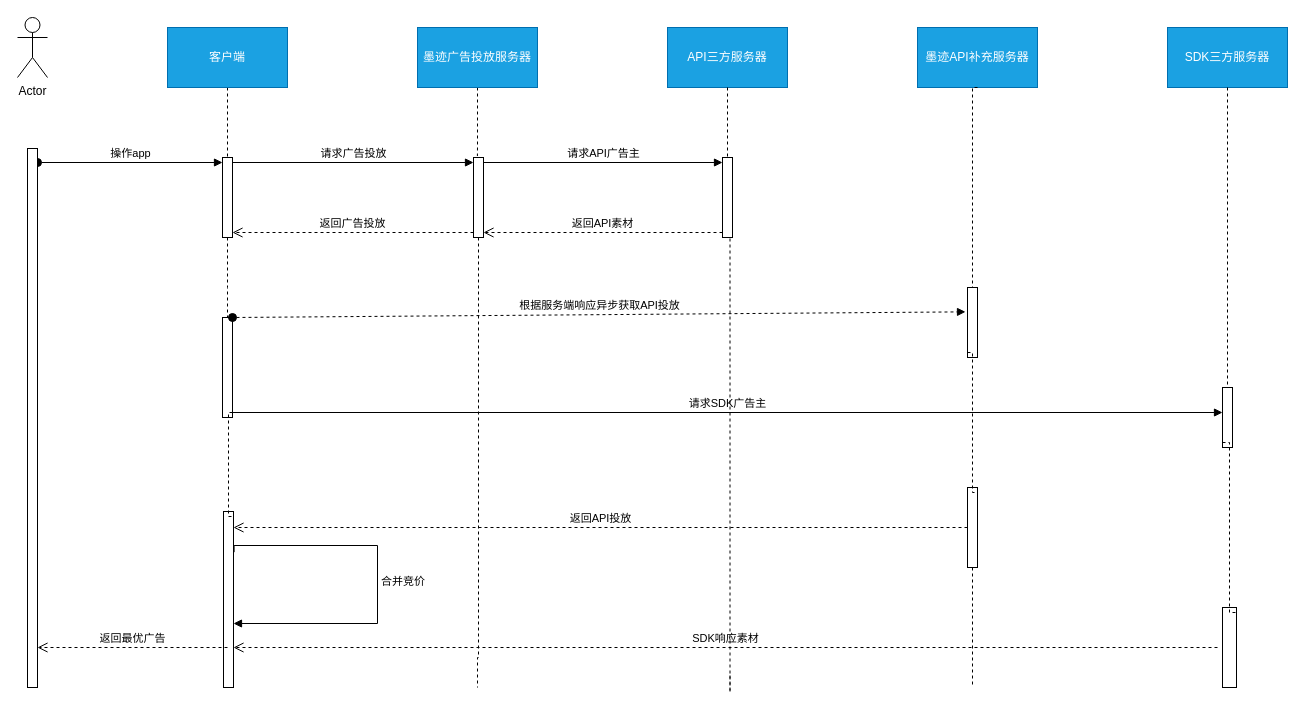
HengqianSong/drawIO keeps this draw.io diagram as moji/API广告超时优化时序图.drawio. Above is the earlier version. Source tidied: cells renumbered, new cells numbered last; positions are measured from the earlier drawing's top-left corner, leaving out a move shared by most shapes. Both pictures are drawn from the tidied source at 100%, with x=0, y=0 at pixel (17, 17).
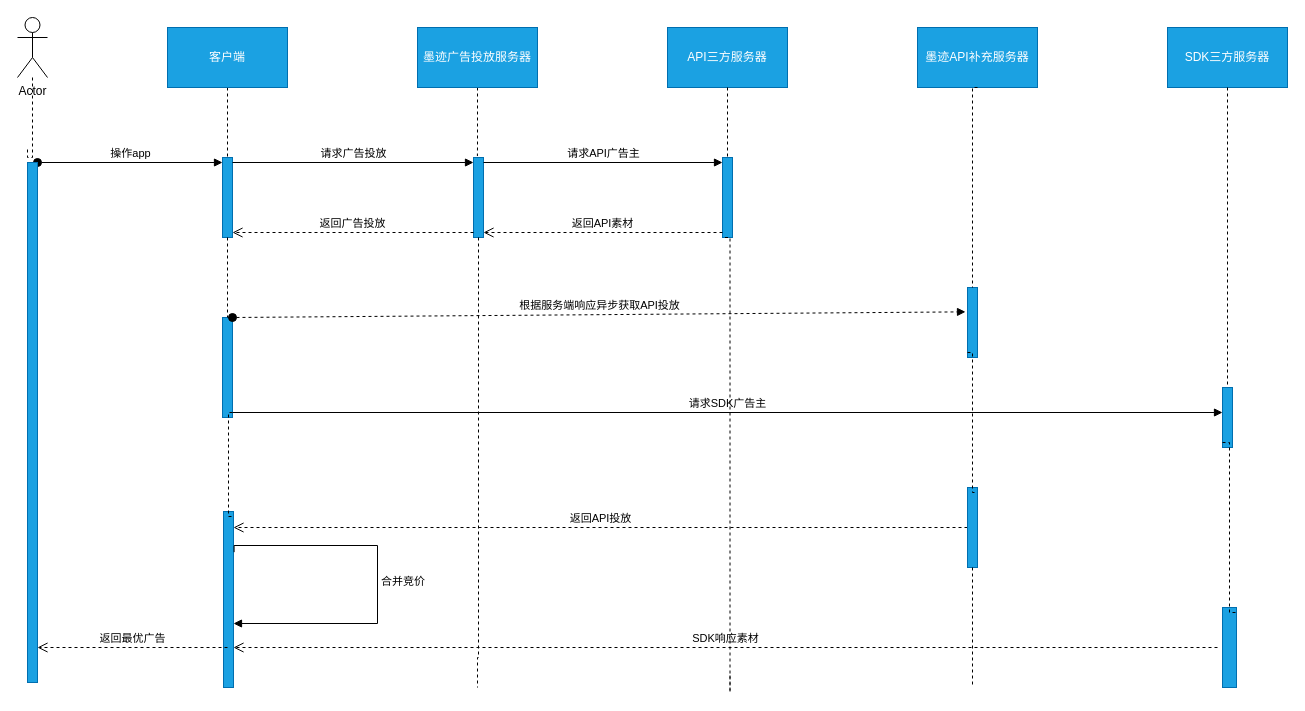
After the change.

Commit message (it also covers changes not shown here):
更新API广告超时优化时序图.drawio

The change refers to these unchanged cells:
```xml
<mxCell id="2" value="Actor" style="shape=umlActor;verticalLabelPosition=bottom;verticalAlign=top;html=1;outlineConnect=0;" parent="1" vertex="1">
  <mxGeometry width="30" height="60" as="geometry" />
</mxCell>
```

Change to the diagram source:
```diff
@@
-    <mxCell id="10" style="html=1;points=[[0,0,0,0,5],[0,1,0,0,-5],[1,0,0,0,5],[1,1,0,0,-5]];perimeter=orthogonalPerimeter;outlineConnect=0;targetShapes=umlLifeline;portConstraint=eastwest;newEdgeStyle={&quot;curved&quot;:0,&quot;rounded&quot;:0};" parent="1" vertex="1">
+    <mxCell id="10" style="html=1;points=[[0,0,0,0,5],[0,1,0,0,-5],[1,0,0,0,5],[1,1,0,0,-5]];perimeter=orthogonalPerimeter;outlineConnect=0;targetShapes=umlLifeline;portConstraint=eastwest;newEdgeStyle={&quot;curved&quot;:0,&quot;rounded&quot;:0};fillColor=#1ba1e2;fontColor=#ffffff;strokeColor=#006EAF;" parent="1" vertex="1">
       <mxGeometry x="205" y="140" width="10" height="80" as="geometry" />
     </mxCell>
@@
-    <mxCell id="12" style="html=1;points=[[0,0,0,0,5],[0,1,0,0,-5],[1,0,0,0,5],[1,1,0,0,-5]];perimeter=orthogonalPerimeter;outlineConnect=0;targetShapes=umlLifeline;portConstraint=eastwest;newEdgeStyle={&quot;curved&quot;:0,&quot;rounded&quot;:0};" parent="1" vertex="1">
-      <mxGeometry x="10" y="131" width="10" height="539" as="geometry" />
+    <mxCell id="12" style="html=1;points=[[0,0,0,0,5],[0,1,0,0,-5],[1,0,0,0,5],[1,1,0,0,-5]];perimeter=orthogonalPerimeter;outlineConnect=0;targetShapes=umlLifeline;portConstraint=eastwest;newEdgeStyle={&quot;curved&quot;:0,&quot;rounded&quot;:0};fillColor=#1ba1e2;fontColor=#ffffff;strokeColor=#006EAF;" parent="1" vertex="1">
+      <mxGeometry x="10" y="145" width="10" height="520" as="geometry" />
     </mxCell>
-    <mxCell id="13" style="html=1;points=[[0,0,0,0,5],[0,1,0,0,-5],[1,0,0,0,5],[1,1,0,0,-5]];perimeter=orthogonalPerimeter;outlineConnect=0;targetShapes=umlLifeline;portConstraint=eastwest;newEdgeStyle={&quot;curved&quot;:0,&quot;rounded&quot;:0};" parent="1" vertex="1">
+    <mxCell id="13" style="html=1;points=[[0,0,0,0,5],[0,1,0,0,-5],[1,0,0,0,5],[1,1,0,0,-5]];perimeter=orthogonalPerimeter;outlineConnect=0;targetShapes=umlLifeline;portConstraint=eastwest;newEdgeStyle={&quot;curved&quot;:0,&quot;rounded&quot;:0};fillColor=#1ba1e2;fontColor=#ffffff;strokeColor=#006EAF;" parent="1" vertex="1">
       <mxGeometry x="456" y="140" width="10" height="80" as="geometry" />
     </mxCell>
@@
-    <mxCell id="16" style="html=1;points=[[0,0,0,0,5],[0,1,0,0,-5],[1,0,0,0,5],[1,1,0,0,-5]];perimeter=orthogonalPerimeter;outlineConnect=0;targetShapes=umlLifeline;portConstraint=eastwest;newEdgeStyle={&quot;curved&quot;:0,&quot;rounded&quot;:0};" parent="1" vertex="1">
+    <mxCell id="16" style="html=1;points=[[0,0,0,0,5],[0,1,0,0,-5],[1,0,0,0,5],[1,1,0,0,-5]];perimeter=orthogonalPerimeter;outlineConnect=0;targetShapes=umlLifeline;portConstraint=eastwest;newEdgeStyle={&quot;curved&quot;:0,&quot;rounded&quot;:0};fillColor=#1ba1e2;fontColor=#ffffff;strokeColor=#006EAF;" parent="1" vertex="1">
       <mxGeometry x="705" y="140" width="10" height="80" as="geometry" />
     </mxCell>
@@
-    <mxCell id="20" style="html=1;points=[[0,0,0,0,5],[0,1,0,0,-5],[1,0,0,0,5],[1,1,0,0,-5]];perimeter=orthogonalPerimeter;outlineConnect=0;targetShapes=umlLifeline;portConstraint=eastwest;newEdgeStyle={&quot;curved&quot;:0,&quot;rounded&quot;:0};" parent="1" vertex="1">
+    <mxCell id="20" style="html=1;points=[[0,0,0,0,5],[0,1,0,0,-5],[1,0,0,0,5],[1,1,0,0,-5]];perimeter=orthogonalPerimeter;outlineConnect=0;targetShapes=umlLifeline;portConstraint=eastwest;newEdgeStyle={&quot;curved&quot;:0,&quot;rounded&quot;:0};fillColor=#1ba1e2;fontColor=#ffffff;strokeColor=#006EAF;" parent="1" vertex="1">
       <mxGeometry x="205" y="300" width="10" height="100" as="geometry" />
     </mxCell>
@@
-    <mxCell id="22" style="html=1;points=[[0,0,0,0,5],[0,1,0,0,-5],[1,0,0,0,5],[1,1,0,0,-5]];perimeter=orthogonalPerimeter;outlineConnect=0;targetShapes=umlLifeline;portConstraint=eastwest;newEdgeStyle={&quot;curved&quot;:0,&quot;rounded&quot;:0};" parent="1" vertex="1">
+    <mxCell id="22" style="html=1;points=[[0,0,0,0,5],[0,1,0,0,-5],[1,0,0,0,5],[1,1,0,0,-5]];perimeter=orthogonalPerimeter;outlineConnect=0;targetShapes=umlLifeline;portConstraint=eastwest;newEdgeStyle={&quot;curved&quot;:0,&quot;rounded&quot;:0};fillColor=#1ba1e2;fontColor=#ffffff;strokeColor=#006EAF;" parent="1" vertex="1">
       <mxGeometry x="950" y="270" width="10" height="70" as="geometry" />
     </mxCell>
@@
-    <mxCell id="25" style="html=1;points=[[0,0,0,0,5],[0,1,0,0,-5],[1,0,0,0,5],[1,1,0,0,-5]];perimeter=orthogonalPerimeter;outlineConnect=0;targetShapes=umlLifeline;portConstraint=eastwest;newEdgeStyle={&quot;curved&quot;:0,&quot;rounded&quot;:0};" parent="1" vertex="1">
+    <mxCell id="25" style="html=1;points=[[0,0,0,0,5],[0,1,0,0,-5],[1,0,0,0,5],[1,1,0,0,-5]];perimeter=orthogonalPerimeter;outlineConnect=0;targetShapes=umlLifeline;portConstraint=eastwest;newEdgeStyle={&quot;curved&quot;:0,&quot;rounded&quot;:0};fillColor=#1ba1e2;fontColor=#ffffff;strokeColor=#006EAF;" parent="1" vertex="1">
       <mxGeometry x="1205" y="370" width="10" height="60" as="geometry" />
     </mxCell>
@@
-    <mxCell id="29" style="html=1;points=[[0,0,0,0,5],[0,1,0,0,-5],[1,0,0,0,5],[1,1,0,0,-5]];perimeter=orthogonalPerimeter;outlineConnect=0;targetShapes=umlLifeline;portConstraint=eastwest;newEdgeStyle={&quot;curved&quot;:0,&quot;rounded&quot;:0};" parent="1" vertex="1">
+    <mxCell id="29" style="html=1;points=[[0,0,0,0,5],[0,1,0,0,-5],[1,0,0,0,5],[1,1,0,0,-5]];perimeter=orthogonalPerimeter;outlineConnect=0;targetShapes=umlLifeline;portConstraint=eastwest;newEdgeStyle={&quot;curved&quot;:0,&quot;rounded&quot;:0};fillColor=#1ba1e2;fontColor=#ffffff;strokeColor=#006EAF;" parent="1" vertex="1">
       <mxGeometry x="950" y="470" width="10" height="80" as="geometry" />
     </mxCell>
-    <mxCell id="30" style="html=1;points=[[0,0,0,0,5],[0,1,0,0,-5],[1,0,0,0,5],[1,1,0,0,-5]];perimeter=orthogonalPerimeter;outlineConnect=0;targetShapes=umlLifeline;portConstraint=eastwest;newEdgeStyle={&quot;curved&quot;:0,&quot;rounded&quot;:0};" parent="1" vertex="1">
+    <mxCell id="30" style="html=1;points=[[0,0,0,0,5],[0,1,0,0,-5],[1,0,0,0,5],[1,1,0,0,-5]];perimeter=orthogonalPerimeter;outlineConnect=0;targetShapes=umlLifeline;portConstraint=eastwest;newEdgeStyle={&quot;curved&quot;:0,&quot;rounded&quot;:0};fillColor=#1ba1e2;fontColor=#ffffff;strokeColor=#006EAF;" parent="1" vertex="1">
       <mxGeometry x="1205" y="590" width="14" height="80" as="geometry" />
     </mxCell>
@@
-    <mxCell id="32" style="html=1;points=[[0,0,0,0,5],[0,1,0,0,-5],[1,0,0,0,5],[1,1,0,0,-5]];perimeter=orthogonalPerimeter;outlineConnect=0;targetShapes=umlLifeline;portConstraint=eastwest;newEdgeStyle={&quot;curved&quot;:0,&quot;rounded&quot;:0};" parent="1" vertex="1">
+    <mxCell id="32" style="html=1;points=[[0,0,0,0,5],[0,1,0,0,-5],[1,0,0,0,5],[1,1,0,0,-5]];perimeter=orthogonalPerimeter;outlineConnect=0;targetShapes=umlLifeline;portConstraint=eastwest;newEdgeStyle={&quot;curved&quot;:0,&quot;rounded&quot;:0};fillColor=#1ba1e2;fontColor=#ffffff;strokeColor=#006EAF;" parent="1" vertex="1">
       <mxGeometry x="206" y="494" width="10" height="176" as="geometry" />
     </mxCell>
@@
+    <mxCell id="41" style="edgeStyle=orthogonalEdgeStyle;rounded=0;jettySize=auto;html=1;dashed=1;endArrow=none;endFill=0;" parent="1" edge="1" source="2">
+      <mxGeometry relative="1" as="geometry">
+        <mxPoint x="10" y="130" as="targetPoint" />
+        <Array as="points">
+          <mxPoint x="15" y="140" />
+          <mxPoint x="10" y="140" />
+        </Array>
+      </mxGeometry>
+    </mxCell>
```
